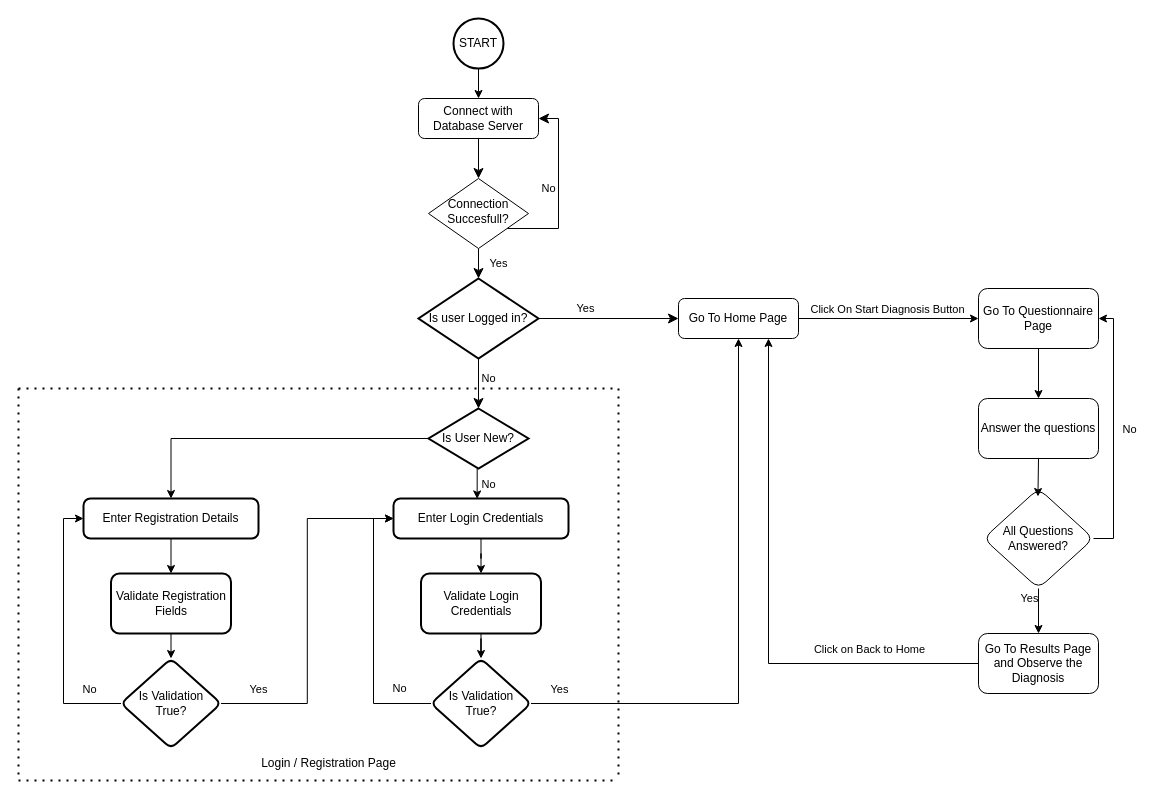
The draw.io diagram Report/WebAppFlowDiagram.drawio in Shreyaa5/Mental-Therapy-through-Song-Mood-Classification, before the edit. Source tidied: cells renumbered, new cells numbered last; positions are measured from the earlier drawing's top-left corner, leaving out a move shared by most shapes. Both pictures are drawn from the tidied source at 100%, with x=0, y=0 at pixel (18, 18).
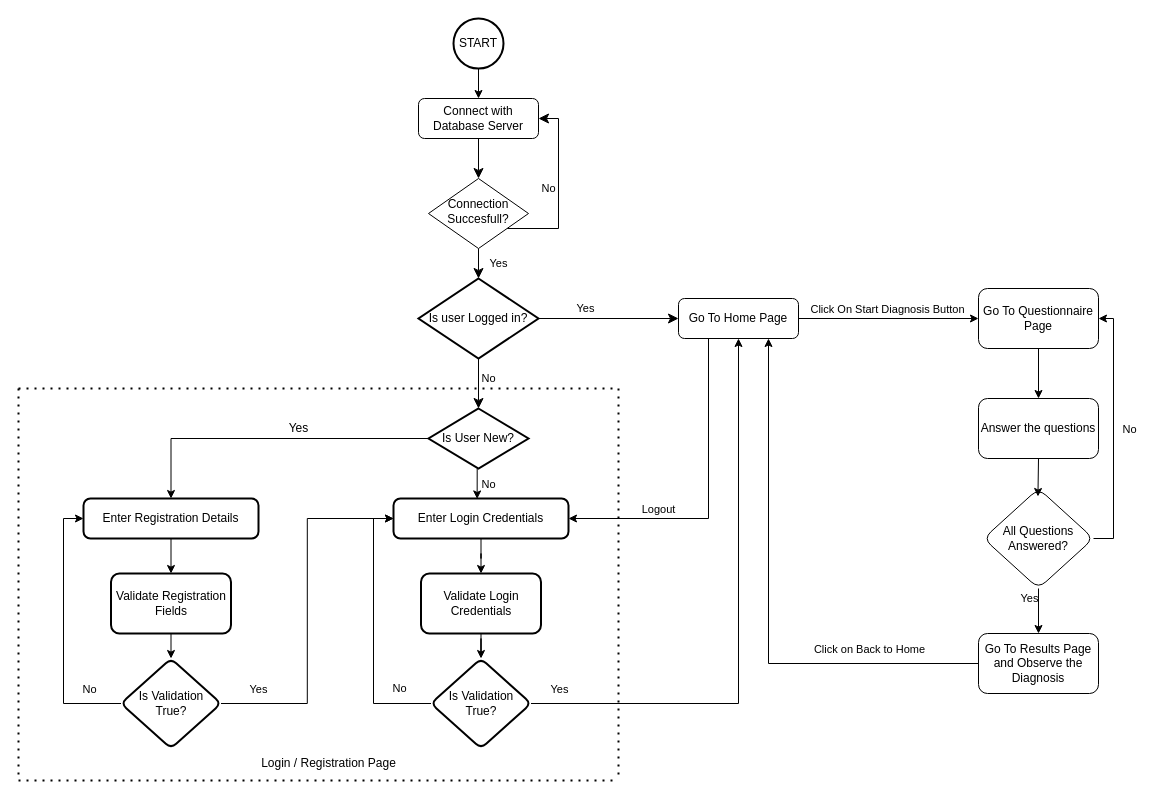
After the change.

Commit message:
Change in Flow Diagram

The change refers to these unchanged cells:
```xml
<mxCell id="10" value="Go To Home Page" style="rounded=1;whiteSpace=wrap;html=1;fontSize=12;glass=0;strokeWidth=1;shadow=0;" parent="1" vertex="1">
  <mxGeometry x="660" y="280" width="120" height="40" as="geometry" />
</mxCell>
<mxCell id="16" value="Enter Login Credentials" style="rounded=1;whiteSpace=wrap;html=1;absoluteArcSize=1;arcSize=14;strokeWidth=2;" parent="1" vertex="1">
  <mxGeometry x="375" y="480" width="175" height="40" as="geometry" />
</mxCell>
```

The edit, as a diff of the source:
```diff
@@
+    <mxCell id="54" style="edgeStyle=orthogonalEdgeStyle;rounded=0;jettySize=auto;html=1;exitX=0.25;exitY=1;exitDx=0;exitDy=0;entryX=1;entryY=0.5;entryDx=0;entryDy=0;" parent="1" edge="1" source="10" target="16">
+      <mxGeometry relative="1" as="geometry" />
+    </mxCell>
+    <mxCell id="55" value="Logout" style="edgeLabel;html=1;align=center;verticalAlign=middle;" parent="54" vertex="1">
+      <mxGeometry x="0.51" y="-3" relative="1" as="geometry">
+        <mxPoint x="11" y="-7" as="offset" />
+      </mxGeometry>
+    </mxCell>
@@
+    <mxCell id="56" value="Yes" style="text;html=1;align=center;verticalAlign=middle;strokeColor=none;fillColor=none;" parent="1" vertex="1">
+      <mxGeometry x="260" y="395" width="40" height="30" as="geometry" />
+    </mxCell>
```
